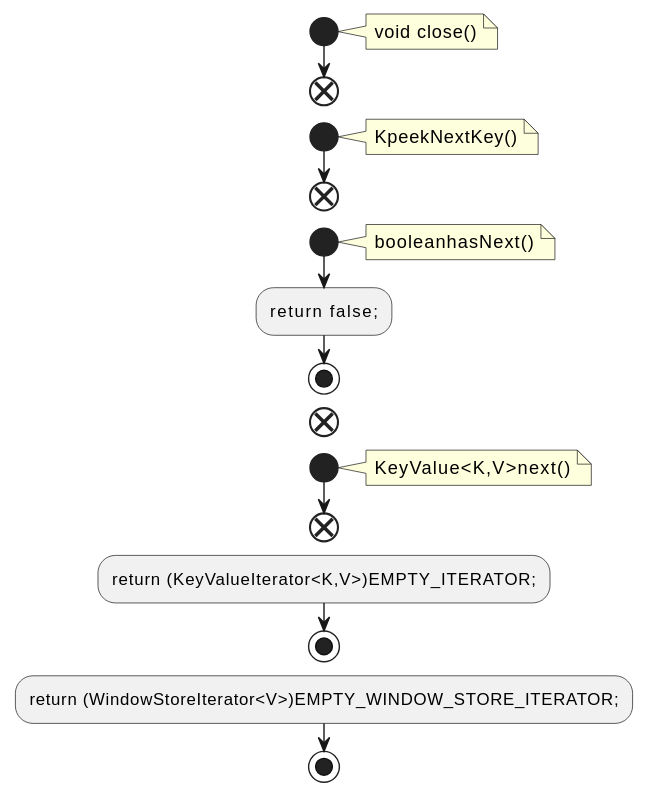
This is docs/qc/streams/src/main/java/org/apache/kafka/streams/state/internals/KeyValueIterators.java.fct.svg from qualitesys/kafka, a PlantUML export, as it was before one commit.
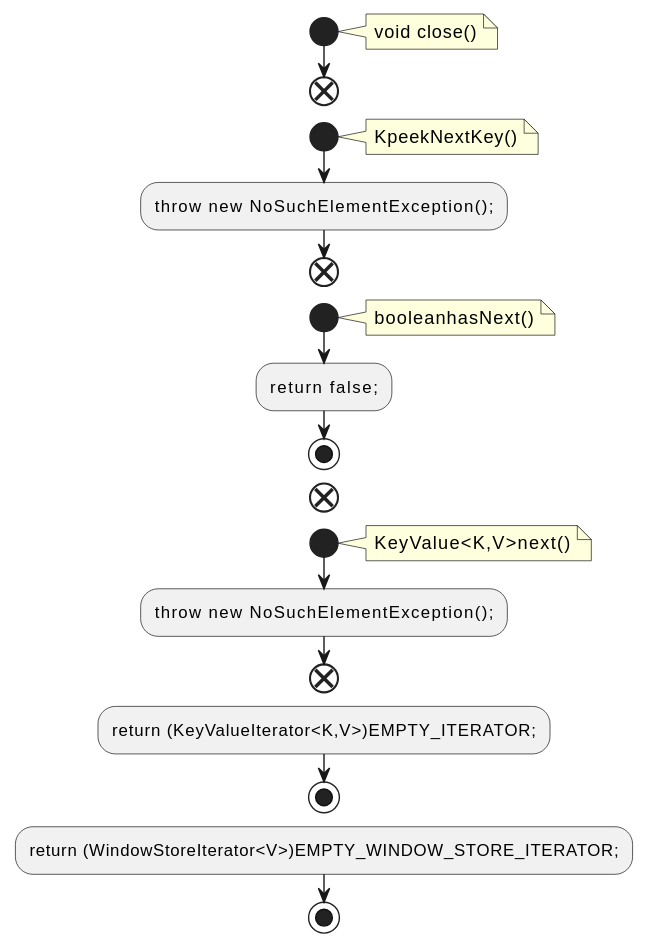
The same file after the commit.

The edit, as a diff of the source:
```diff
@@ -9,6 +9,7 @@
 note right
 KpeekNextKey()
 end note
+:throw new NoSuchElementException();;
 end
 start
 note right
@@ -21,6 +22,7 @@
 note right
 KeyValue<K,V>next()
 end note
+:throw new NoSuchElementException();;
 end
 :return (KeyValueIterator<K,V>)EMPTY_ITERATOR;;
 stop
```
